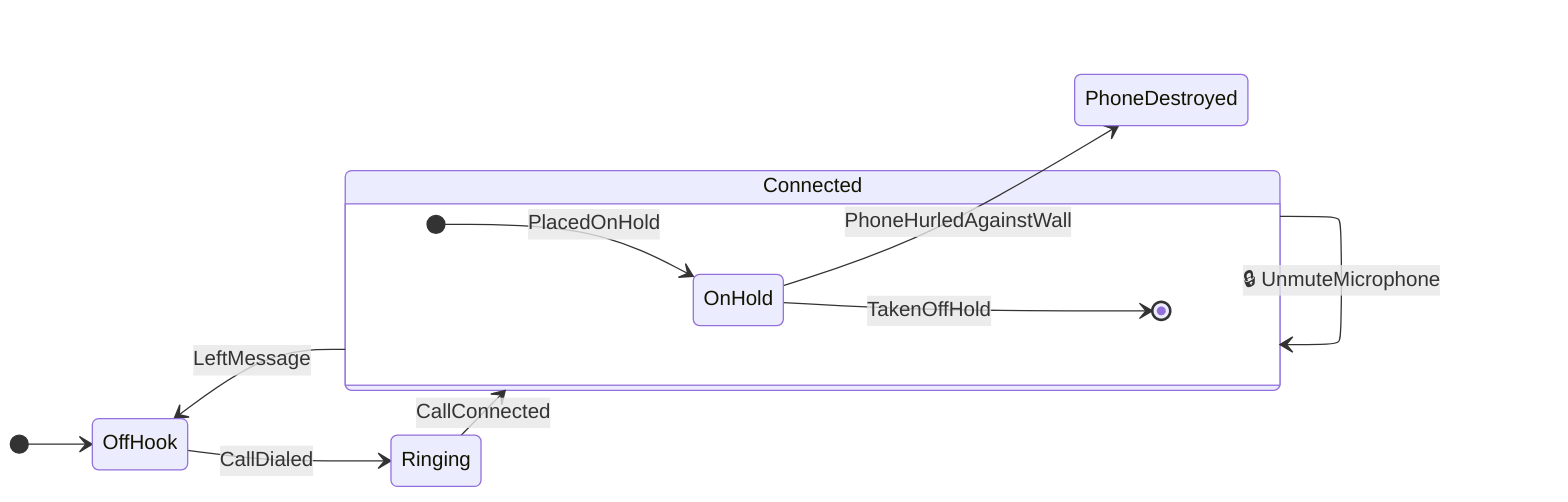
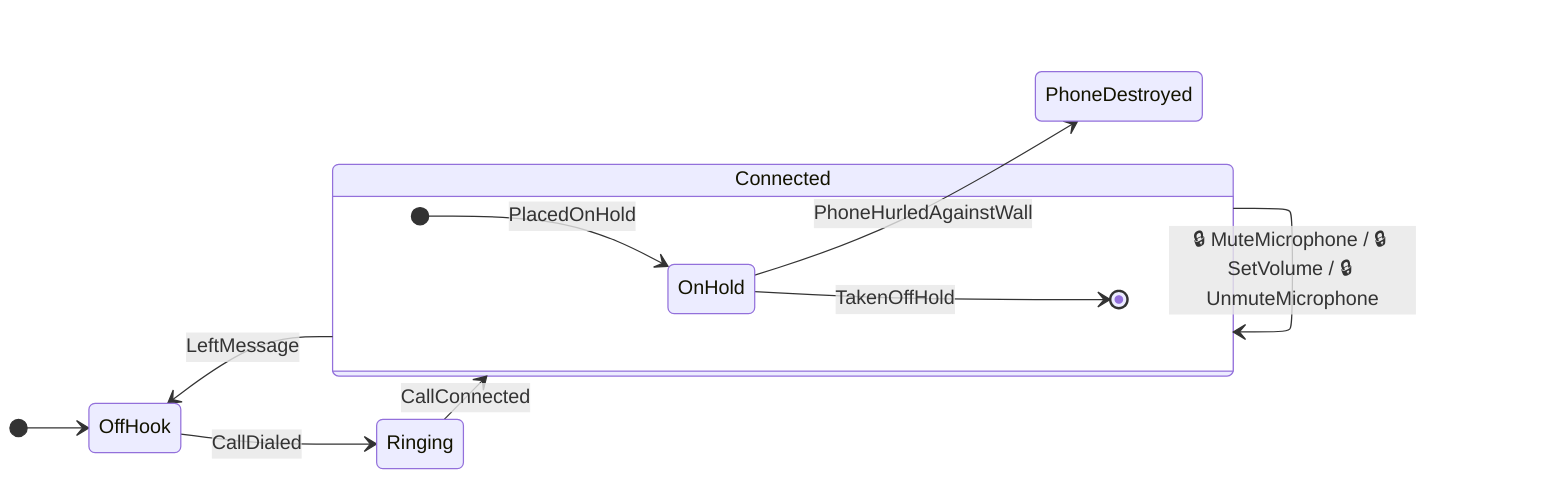
stateDiagram-v2
    direction LR

    [*] --> OffHook

    state Connected {
        OnHold
        [*] --> OnHold : PlacedOnHold
        OnHold --> [*] : TakenOffHold
    }

    Connected --> OffHook : LeftMessage
-     Connected --> Connected : 🔒 MuteMicrophone
-     Connected --> Connected : 🔒 SetVolume
-     Connected --> Connected : 🔒 UnmuteMicrophone
+     Connected --> Connected : 🔒 MuteMicrophone / 🔒 SetVolume / 🔒 UnmuteMicrophone
    OffHook --> Ringing : CallDialed
    OnHold --> PhoneDestroyed : PhoneHurledAgainstWall
    Ringing --> Connected : CallConnected
